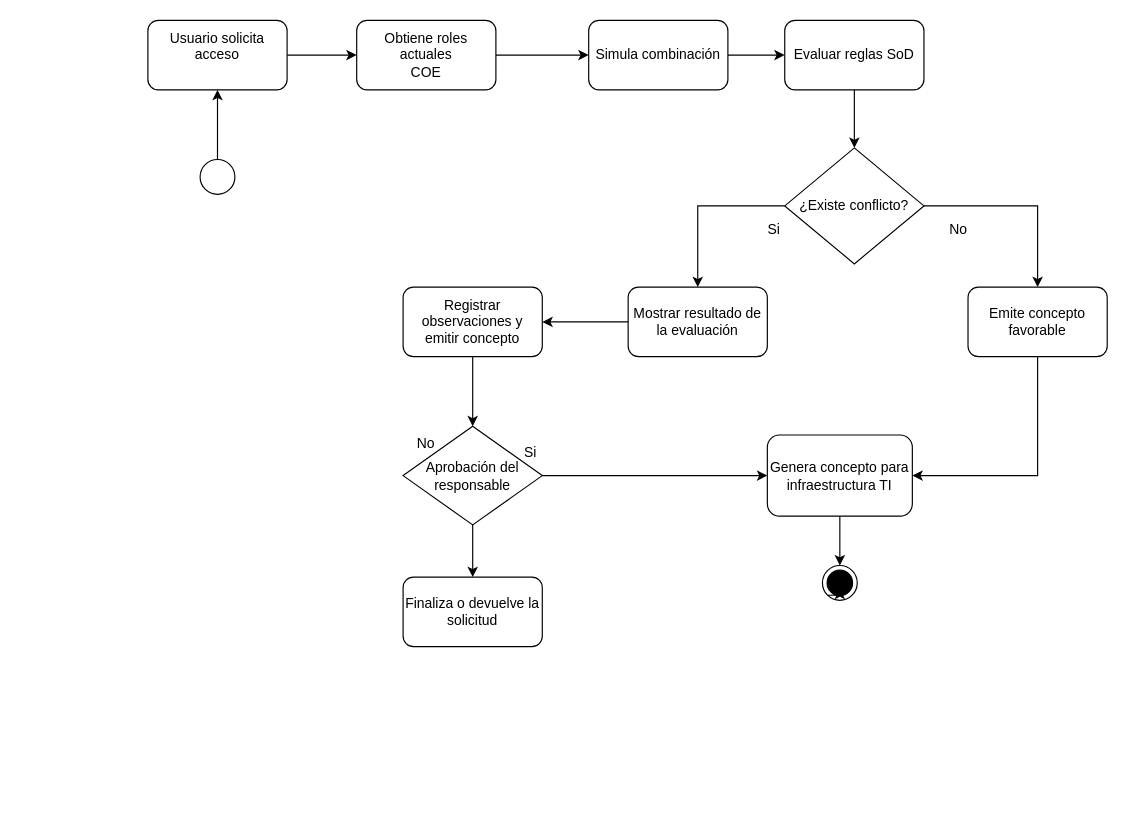
Above: page "Diagrama de fllujo" (1 of 5) of diagramas/Diagramas.drawio in vanessapm4-eng/ERP (draw.io), before the change. Source tidied: cells renumbered, new cells numbered last; positions are measured from the earlier drawing's top-left corner, leaving out a move shared by most shapes. Both pictures are drawn from the tidied source at 116%, with x=0, y=0 at pixel (147, 20).
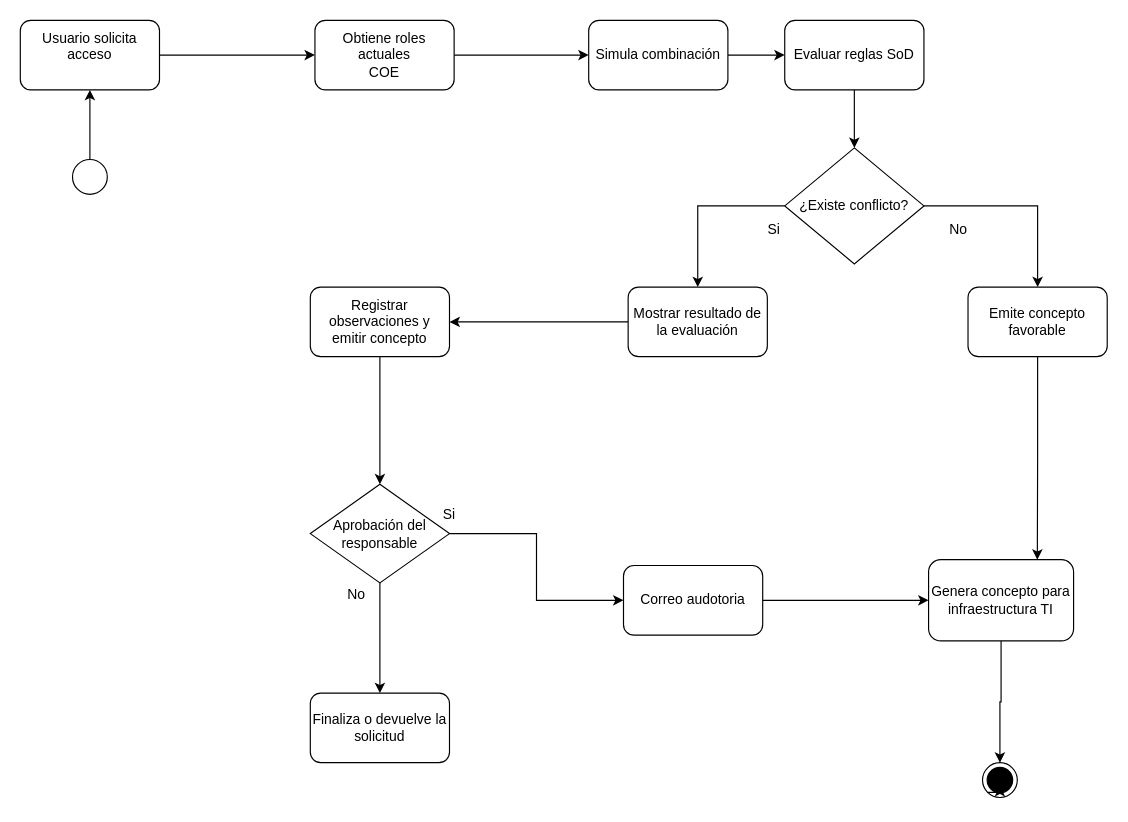
The same page after the edit.

The change refers to these unchanged cells:
```xml
<mxCell id="7" value="Emite concepto favorable" style="rounded=1;whiteSpace=wrap;html=1;" parent="1" vertex="1">
  <mxGeometry x="707" y="230" width="120" height="60" as="geometry" />
</mxCell>
```

What changed in the source:
```diff
@@
     <mxCell id="3" value="&lt;div&gt;&lt;span style=&quot;background-color: transparent; color: light-dark(rgb(0, 0, 0), rgb(255, 255, 255));&quot;&gt;Usuario s&lt;/span&gt;olicita acceso&lt;/div&gt;&lt;div&gt;&lt;br&gt;&lt;/div&gt;" style="rounded=1;whiteSpace=wrap;html=1;" parent="1" vertex="1">
-      <mxGeometry width="120" height="60" as="geometry" />
+      <mxGeometry x="-110" width="120" height="60" as="geometry" />
     </mxCell>
@@
     <mxCell id="5" value="Obtiene roles actuales&lt;div&gt;COE&lt;/div&gt;" style="rounded=1;whiteSpace=wrap;html=1;" parent="1" vertex="1">
-      <mxGeometry x="180" width="120" height="60" as="geometry" />
+      <mxGeometry x="144" width="120" height="60" as="geometry" />
     </mxCell>
-    <mxCell id="6" style="edgeStyle=orthogonalEdgeStyle;rounded=0;jettySize=auto;html=1;exitX=0.5;exitY=1;exitDx=0;exitDy=0;entryX=1;entryY=0.5;entryDx=0;entryDy=0;" parent="1" edge="1" source="7" target="26">
+    <mxCell id="6" style="edgeStyle=orthogonalEdgeStyle;rounded=0;jettySize=auto;html=1;exitX=0.5;exitY=1;exitDx=0;exitDy=0;entryX=0.75;entryY=0;entryDx=0;entryDy=0;" parent="1" edge="1" source="7" target="26">
       <mxGeometry relative="1" as="geometry" />
     </mxCell>
@@
     <mxCell id="16" style="ellipse;whiteSpace=wrap;html=1;" parent="1" vertex="1">
-      <mxGeometry x="45" y="120" width="30" height="30" as="geometry" />
+      <mxGeometry x="-65" y="120" width="30" height="30" as="geometry" />
     </mxCell>
     <mxCell id="17" style="ellipse;html=1;shape=endState;fillColor=strokeColor;" parent="1" vertex="1">
-      <mxGeometry x="581.5" y="470" width="30" height="30" as="geometry" />
+      <mxGeometry x="719.5" y="640" width="30" height="30" as="geometry" />
     </mxCell>
@@
     <mxCell id="24" value="Registrar observaciones y emitir concepto" style="rounded=1;whiteSpace=wrap;html=1;" parent="1" vertex="1">
-      <mxGeometry x="220" y="230" width="120" height="60" as="geometry" />
+      <mxGeometry x="140" y="230" width="120" height="60" as="geometry" />
     </mxCell>
@@
     <mxCell id="26" value="Genera concepto para infraestructura TI" style="rounded=1;whiteSpace=wrap;html=1;" parent="1" vertex="1">
-      <mxGeometry x="534" y="357.5" width="125" height="70" as="geometry" />
+      <mxGeometry x="673" y="465" width="125" height="70" as="geometry" />
     </mxCell>
-    <mxCell id="27" style="edgeStyle=orthogonalEdgeStyle;rounded=0;jettySize=auto;html=1;exitX=1;exitY=0.5;exitDx=0;exitDy=0;entryX=0;entryY=0.5;entryDx=0;entryDy=0;" parent="1" edge="1" source="29" target="26">
-      <mxGeometry relative="1" as="geometry" />
-    </mxCell>
@@
+    <mxCell id="33" style="edgeStyle=orthogonalEdgeStyle;rounded=0;jettySize=auto;html=1;exitX=1;exitY=0.5;exitDx=0;exitDy=0;entryX=0;entryY=0.5;entryDx=0;entryDy=0;" parent="1" edge="1" source="29" target="35">
+      <mxGeometry relative="1" as="geometry" />
+    </mxCell>
     <mxCell id="29" value="Aprobación del responsable" style="rhombus;whiteSpace=wrap;html=1;" parent="1" vertex="1">
-      <mxGeometry x="220" y="350" width="120" height="85" as="geometry" />
+      <mxGeometry x="140" y="400" width="120" height="85" as="geometry" />
     </mxCell>
     <mxCell id="30" value="Si" style="text;html=1;whiteSpace=wrap;strokeColor=none;fillColor=none;align=center;verticalAlign=middle;rounded=0;" parent="1" vertex="1">
-      <mxGeometry x="300" y="357.5" width="60" height="30" as="geometry" />
+      <mxGeometry x="230" y="410.5" width="60" height="30" as="geometry" />
     </mxCell>
     <mxCell id="31" value="Finaliza o devuelve la solicitud" style="rounded=1;whiteSpace=wrap;html=1;" parent="1" vertex="1">
-      <mxGeometry x="220" y="480" width="120" height="60" as="geometry" />
+      <mxGeometry x="140" y="580" width="120" height="60" as="geometry" />
     </mxCell>
     <mxCell id="32" value="No" style="text;html=1;whiteSpace=wrap;strokeColor=none;fillColor=none;align=center;verticalAlign=middle;rounded=0;" parent="1" vertex="1">
-      <mxGeometry x="210" y="350" width="60" height="30" as="geometry" />
+      <mxGeometry x="150" y="480" width="60" height="30" as="geometry" />
     </mxCell>
+    <mxCell id="34" style="edgeStyle=orthogonalEdgeStyle;rounded=0;jettySize=auto;html=1;exitX=1;exitY=0.5;exitDx=0;exitDy=0;entryX=0;entryY=0.5;entryDx=0;entryDy=0;" parent="1" edge="1" source="35" target="26">
+      <mxGeometry relative="1" as="geometry" />
+    </mxCell>
+    <mxCell id="35" value="Correo audotoria" style="rounded=1;whiteSpace=wrap;html=1;" parent="1" vertex="1">
+      <mxGeometry x="410" y="470" width="120" height="60" as="geometry" />
+    </mxCell>
```
